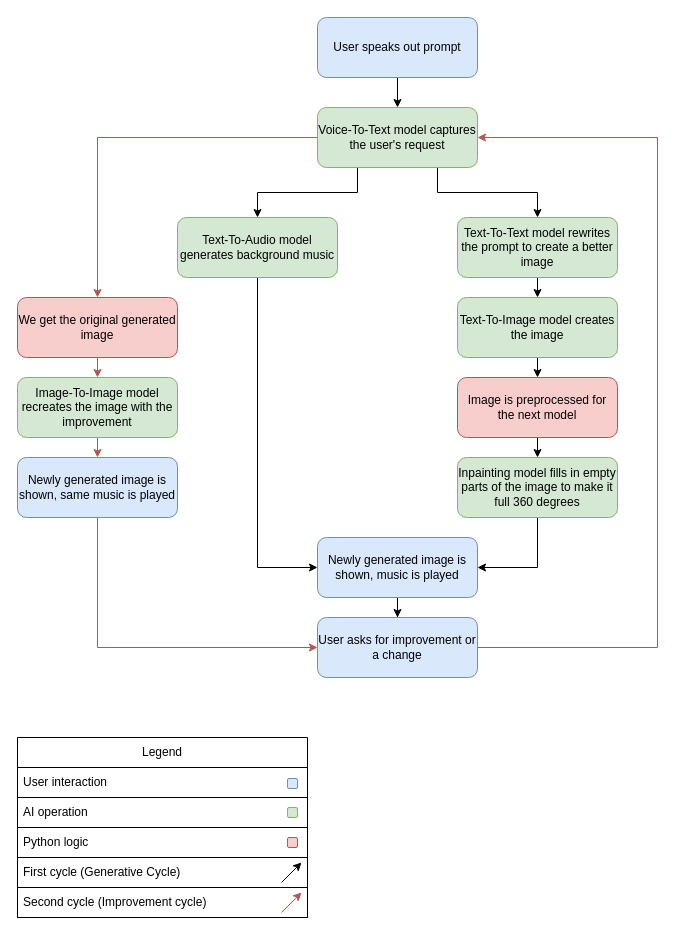
Before: Diagram/AI Diagram.drawio in IsabelleDesle/VirtualGlobeTrotter, a draw.io diagram. Source tidied: cells renumbered, new cells numbered last; positions are measured from the earlier drawing's top-left corner, leaving out a move shared by most shapes. Both pictures are drawn from the tidied source at 100%, with x=0, y=0 at pixel (17, 17).
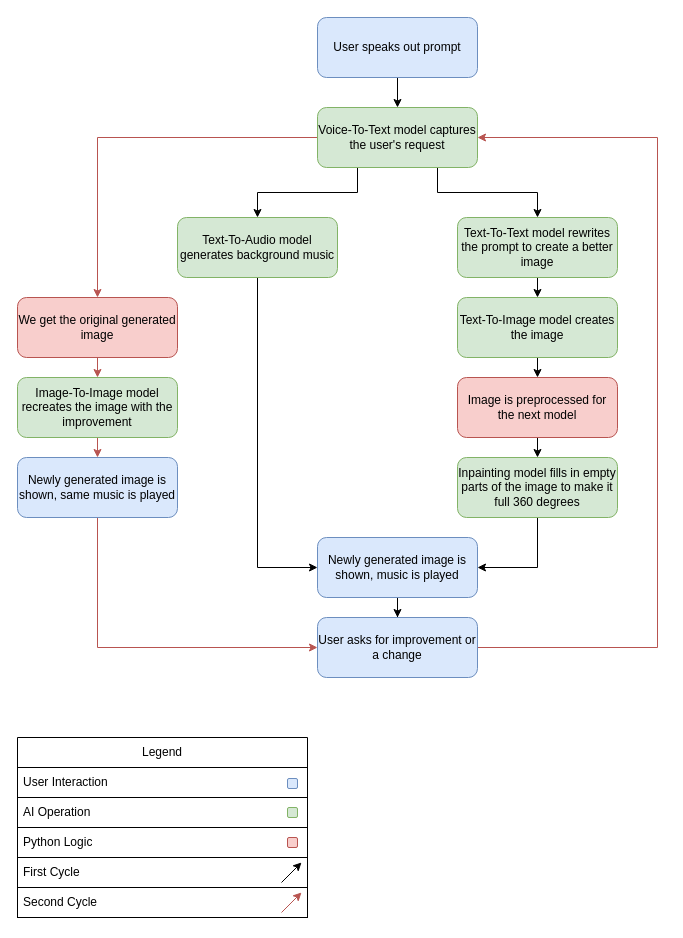
The same page after the edit.

Unchanged cells that the change refers to:
```xml
<mxCell id="28" value="Legend" style="swimlane;fontStyle=0;horizontal=1;startSize=30;whiteSpace=wrap;html=1;" parent="1" vertex="1">
  <mxGeometry y="720" width="290" height="180" as="geometry" />
</mxCell>
```

Diff of the diagram source:
```diff
@@
-    <mxCell id="29" value="User interaction" style="text;strokeColor=default;fillColor=none;align=left;verticalAlign=middle;spacingLeft=4;spacingRight=4;overflow=hidden;whiteSpace=wrap;html=1;" parent="28" vertex="1">
+    <mxCell id="29" value="User Interaction" style="text;strokeColor=default;fillColor=none;align=left;verticalAlign=middle;spacingLeft=4;spacingRight=4;overflow=hidden;whiteSpace=wrap;html=1;" parent="28" vertex="1">
       <mxGeometry y="30" width="290" height="30" as="geometry" />
     </mxCell>
-    <mxCell id="30" value="AI operation" style="text;strokeColor=default;fillColor=none;align=left;verticalAlign=middle;spacingLeft=4;spacingRight=4;overflow=hidden;whiteSpace=wrap;html=1;" parent="28" vertex="1">
+    <mxCell id="30" value="AI Operation" style="text;strokeColor=default;fillColor=none;align=left;verticalAlign=middle;spacingLeft=4;spacingRight=4;overflow=hidden;whiteSpace=wrap;html=1;" parent="28" vertex="1">
       <mxGeometry y="60" width="290" height="30" as="geometry" />
     </mxCell>
-    <mxCell id="31" value="Python logic" style="text;strokeColor=default;fillColor=none;align=left;verticalAlign=middle;spacingLeft=4;spacingRight=4;overflow=hidden;whiteSpace=wrap;html=1;" parent="28" vertex="1">
+    <mxCell id="31" value="Python Logic" style="text;strokeColor=default;fillColor=none;align=left;verticalAlign=middle;spacingLeft=4;spacingRight=4;overflow=hidden;whiteSpace=wrap;html=1;" parent="28" vertex="1">
       <mxGeometry y="90" width="290" height="30" as="geometry" />
     </mxCell>
-    <mxCell id="32" value="First cycle (Generative Cycle)" style="text;strokeColor=default;fillColor=none;align=left;verticalAlign=middle;spacingLeft=4;spacingRight=4;overflow=hidden;whiteSpace=wrap;html=1;" parent="28" vertex="1">
+    <mxCell id="32" value="First Cycle" style="text;strokeColor=default;fillColor=none;align=left;verticalAlign=middle;spacingLeft=4;spacingRight=4;overflow=hidden;whiteSpace=wrap;html=1;" parent="28" vertex="1">
       <mxGeometry y="120" width="290" height="30" as="geometry" />
     </mxCell>
-    <mxCell id="33" value="Second cycle (Improvement cycle)" style="text;strokeColor=default;fillColor=none;align=left;verticalAlign=middle;spacingLeft=4;spacingRight=4;overflow=hidden;whiteSpace=wrap;html=1;" parent="28" vertex="1">
+    <mxCell id="33" value="Second Cycle" style="text;strokeColor=default;fillColor=none;align=left;verticalAlign=middle;spacingLeft=4;spacingRight=4;overflow=hidden;whiteSpace=wrap;html=1;" parent="28" vertex="1">
       <mxGeometry y="150" width="290" height="30" as="geometry" />
     </mxCell>
```
